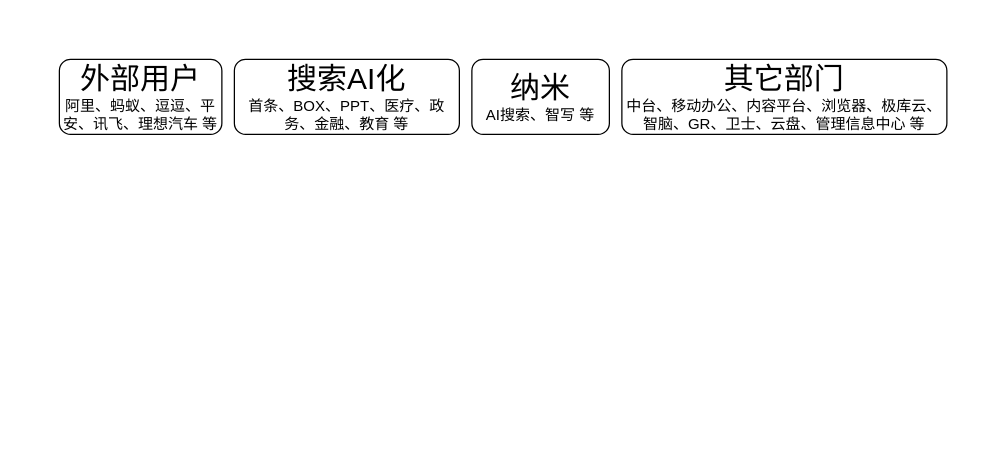
The draw.io diagram 智搜业务架构.drawio in tonylwj/36omdraw, before the edit. Source tidied: cells renumbered, new cells numbered last; positions are measured from the earlier drawing's top-left corner, leaving out a move shared by most shapes. Both pictures are drawn from the tidied source at 125%, with x=0, y=0 at pixel (59, 59).
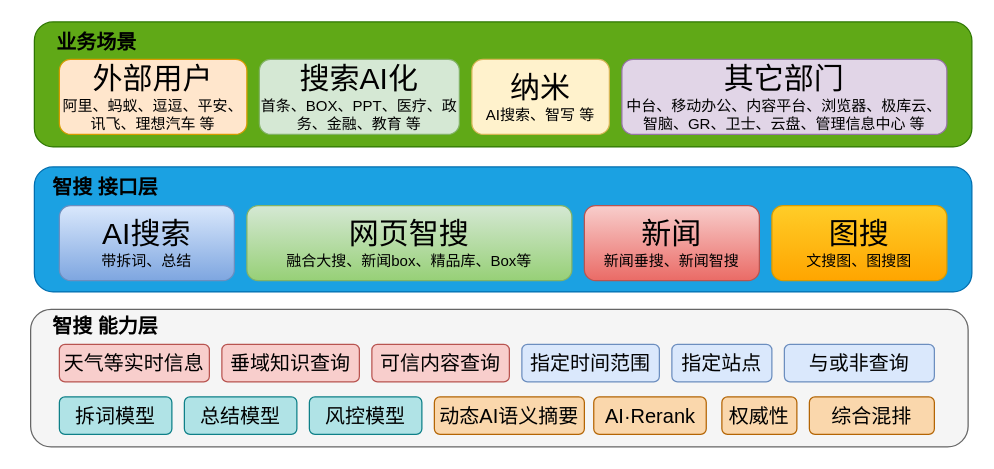
Above is the later version.

Commit message:
更新智搜业务架构.drawio

Diff of the diagram source:
```diff
@@
+    <mxCell id="6" style="rounded=1;whiteSpace=wrap;html=1;fillColor=#60a917;strokeColor=#2D7600;fontColor=#ffffff;" parent="1" vertex="1">
+      <mxGeometry x="-20" y="-30" width="750" height="100" as="geometry" />
+    </mxCell>
-    <mxCell id="2" value="&lt;font style=&quot;font-size: 24px;&quot;&gt;外部用户&lt;/font&gt;&lt;div&gt;阿里、蚂蚁、逗逗、平安、讯飞、理想汽车 等&lt;/div&gt;" style="rounded=1;whiteSpace=wrap;html=1;" parent="1" vertex="1">
-      <mxGeometry width="130" height="60" as="geometry" />
+    <mxCell id="2" value="&lt;font style=&quot;font-size: 24px;&quot;&gt;外部用户&lt;/font&gt;&lt;div&gt;阿里、蚂蚁、逗逗、平安、讯飞、理想汽车 等&lt;/div&gt;" style="rounded=1;whiteSpace=wrap;html=1;fillColor=#ffe6cc;strokeColor=#d79b00;" parent="1" vertex="1">
+      <mxGeometry width="150" height="60" as="geometry" />
     </mxCell>
-    <mxCell id="3" value="&lt;font style=&quot;font-size: 24px;&quot;&gt;搜索AI化&lt;/font&gt;&lt;div&gt;首条、BOX、PPT、医疗、政务、金融、教育 等&lt;/div&gt;" style="rounded=1;whiteSpace=wrap;html=1;" parent="1" vertex="1">
-      <mxGeometry x="140" width="180" height="60" as="geometry" />
+    <mxCell id="3" value="&lt;font style=&quot;font-size: 24px;&quot;&gt;搜索AI化&lt;/font&gt;&lt;div&gt;首条、BOX、PPT、医疗、政务、金融、教育 等&lt;/div&gt;" style="rounded=1;whiteSpace=wrap;html=1;fillColor=#d5e8d4;strokeColor=#82b366;" parent="1" vertex="1">
+      <mxGeometry x="160" width="160" height="60" as="geometry" />
     </mxCell>
-    <mxCell id="4" value="&lt;font style=&quot;font-size: 24px;&quot;&gt;纳米&lt;/font&gt;&lt;div&gt;AI搜索、智写 等&lt;/div&gt;" style="rounded=1;whiteSpace=wrap;html=1;" parent="1" vertex="1">
+    <mxCell id="4" value="&lt;font style=&quot;font-size: 24px;&quot;&gt;纳米&lt;/font&gt;&lt;div&gt;AI搜索、智写 等&lt;/div&gt;" style="rounded=1;whiteSpace=wrap;html=1;fillColor=#fff2cc;strokeColor=#d6b656;" parent="1" vertex="1">
       <mxGeometry x="330" width="110" height="60" as="geometry" />
     </mxCell>
-    <mxCell id="5" value="&lt;font style=&quot;font-size: 24px;&quot;&gt;其它部门&lt;/font&gt;&lt;div&gt;中台、移动办公、内容平台、浏览器、极库云、智脑、GR、卫士、云盘、管理信息中心 等&lt;/div&gt;" style="rounded=1;whiteSpace=wrap;html=1;" parent="1" vertex="1">
+    <mxCell id="5" value="&lt;font style=&quot;font-size: 24px;&quot;&gt;其它部门&lt;/font&gt;&lt;div&gt;中台、移动办公、内容平台、浏览器、极库云、智脑、GR、卫士、云盘、管理信息中心 等&lt;/div&gt;" style="rounded=1;whiteSpace=wrap;html=1;fillColor=#e1d5e7;strokeColor=#9673a6;" parent="1" vertex="1">
       <mxGeometry x="450" width="260" height="60" as="geometry" />
     </mxCell>
+    <mxCell id="7" value="&lt;b&gt;&lt;font style=&quot;font-size: 16px;&quot;&gt;业务场景&lt;/font&gt;&lt;/b&gt;" style="text;html=1;whiteSpace=wrap;strokeColor=none;fillColor=none;align=center;verticalAlign=middle;rounded=0;" parent="1" vertex="1">
+      <mxGeometry x="-30" y="-29" width="120" height="30" as="geometry" />
+    </mxCell>
+    <mxCell id="8" style="rounded=1;whiteSpace=wrap;html=1;fillColor=#1ba1e2;strokeColor=#006EAF;fontColor=#ffffff;" parent="1" vertex="1">
+      <mxGeometry x="-20" y="86" width="750" height="100" as="geometry" />
+    </mxCell>
+    <mxCell id="9" value="&lt;b&gt;&lt;font style=&quot;font-size: 16px;&quot;&gt;智搜 接口层&lt;/font&gt;&lt;/b&gt;" style="text;html=1;whiteSpace=wrap;strokeColor=none;fillColor=none;align=center;verticalAlign=middle;rounded=0;" parent="1" vertex="1">
+      <mxGeometry x="-23" y="87" width="120" height="30" as="geometry" />
+    </mxCell>
+    <mxCell id="10" value="&lt;font style=&quot;font-size: 24px;&quot;&gt;网页智搜&lt;/font&gt;&lt;div&gt;融合大搜、新闻box、精品库、Box等&lt;/div&gt;" style="rounded=1;whiteSpace=wrap;html=1;fillColor=#d5e8d4;strokeColor=#82b366;gradientColor=#97d077;" parent="1" vertex="1">
+      <mxGeometry x="150" y="117" width="260" height="60" as="geometry" />
+    </mxCell>
+    <mxCell id="11" value="&lt;font style=&quot;font-size: 24px;&quot;&gt;新闻&lt;/font&gt;&lt;div&gt;新闻垂搜、新闻智搜&lt;/div&gt;" style="rounded=1;whiteSpace=wrap;html=1;fillColor=#f8cecc;strokeColor=#b85450;gradientColor=#ea6b66;" parent="1" vertex="1">
+      <mxGeometry x="420" y="117" width="140" height="60" as="geometry" />
+    </mxCell>
+    <mxCell id="12" value="&lt;font style=&quot;font-size: 24px;&quot;&gt;图搜&lt;/font&gt;&lt;div&gt;&lt;font&gt;文搜图、图搜图&lt;/font&gt;&lt;/div&gt;" style="rounded=1;whiteSpace=wrap;html=1;fillColor=#ffcd28;strokeColor=#d79b00;gradientColor=#ffa500;" parent="1" vertex="1">
+      <mxGeometry x="570" y="117" width="140" height="60" as="geometry" />
+    </mxCell>
+    <mxCell id="13" value="&lt;font style=&quot;font-size: 24px;&quot;&gt;AI搜索&lt;/font&gt;&lt;div&gt;带拆词、总结&lt;/div&gt;" style="rounded=1;whiteSpace=wrap;html=1;fillColor=#dae8fc;strokeColor=#6c8ebf;gradientColor=#7ea6e0;" parent="1" vertex="1">
+      <mxGeometry y="117" width="140" height="60" as="geometry" />
+    </mxCell>
+    <mxCell id="14" style="rounded=1;whiteSpace=wrap;html=1;fillColor=#f5f5f5;strokeColor=#666666;fontColor=#333333;" parent="1" vertex="1">
+      <mxGeometry x="-23" y="200" width="750" height="110" as="geometry" />
+    </mxCell>
+    <mxCell id="15" value="&lt;b&gt;&lt;font style=&quot;font-size: 16px;&quot;&gt;智搜 能力层&lt;/font&gt;&lt;/b&gt;" style="text;html=1;whiteSpace=wrap;strokeColor=none;fillColor=none;align=center;verticalAlign=middle;rounded=0;" parent="1" vertex="1">
+      <mxGeometry x="-23" y="198" width="120" height="30" as="geometry" />
+    </mxCell>
+    <mxCell id="16" value="&lt;font style=&quot;font-size: 16px;&quot;&gt;动态AI语义摘要&lt;/font&gt;" style="rounded=1;whiteSpace=wrap;html=1;fillColor=#fad7ac;strokeColor=#b46504;" parent="1" vertex="1">
+      <mxGeometry x="300" y="270" width="120" height="30" as="geometry" />
+    </mxCell>
+    <mxCell id="17" value="&lt;font style=&quot;font-size: 16px;&quot;&gt;权威性&lt;/font&gt;" style="rounded=1;whiteSpace=wrap;html=1;fillColor=#fad7ac;strokeColor=#b46504;" parent="1" vertex="1">
+      <mxGeometry x="530" y="270" width="60" height="30" as="geometry" />
+    </mxCell>
+    <mxCell id="18" value="&lt;font style=&quot;font-size: 16px;&quot;&gt;AI·Rerank&lt;/font&gt;" style="rounded=1;whiteSpace=wrap;html=1;fillColor=#fad7ac;strokeColor=#b46504;" parent="1" vertex="1">
+      <mxGeometry x="427.5" y="270" width="90" height="30" as="geometry" />
+    </mxCell>
+    <mxCell id="19" value="&lt;font style=&quot;font-size: 16px;&quot;&gt;拆词模型&lt;/font&gt;" style="rounded=1;whiteSpace=wrap;html=1;fillColor=#b0e3e6;strokeColor=#0e8088;" parent="1" vertex="1">
+      <mxGeometry y="270" width="90" height="30" as="geometry" />
+    </mxCell>
+    <mxCell id="20" value="&lt;font style=&quot;font-size: 16px;&quot;&gt;总结模型&lt;/font&gt;" style="rounded=1;whiteSpace=wrap;html=1;fillColor=#b0e3e6;strokeColor=#0e8088;" parent="1" vertex="1">
+      <mxGeometry x="100" y="270" width="90" height="30" as="geometry" />
+    </mxCell>
+    <mxCell id="21" value="&lt;font style=&quot;font-size: 16px;&quot;&gt;风控模型&lt;/font&gt;" style="rounded=1;whiteSpace=wrap;html=1;fillColor=#b0e3e6;strokeColor=#0e8088;" parent="1" vertex="1">
+      <mxGeometry x="200" y="270" width="90" height="30" as="geometry" />
+    </mxCell>
+    <mxCell id="22" value="&lt;font style=&quot;font-size: 16px;&quot;&gt;垂域知识查询&lt;/font&gt;" style="rounded=1;whiteSpace=wrap;html=1;fillColor=#f8cecc;strokeColor=#b85450;" parent="1" vertex="1">
+      <mxGeometry x="130" y="228" width="110" height="30" as="geometry" />
+    </mxCell>
+    <mxCell id="23" value="&lt;span style=&quot;font-size: 16px;&quot;&gt;综合混排&lt;/span&gt;" style="rounded=1;whiteSpace=wrap;html=1;fillColor=#fad7ac;strokeColor=#b46504;" parent="1" vertex="1">
+      <mxGeometry x="600" y="270" width="100" height="30" as="geometry" />
+    </mxCell>
+    <mxCell id="24" value="&lt;font style=&quot;font-size: 16px;&quot;&gt;天气等实时信息&lt;/font&gt;" style="rounded=1;whiteSpace=wrap;html=1;fillColor=#f8cecc;strokeColor=#b85450;" parent="1" vertex="1">
+      <mxGeometry y="228" width="120" height="30" as="geometry" />
+    </mxCell>
+    <mxCell id="25" value="&lt;font style=&quot;font-size: 16px;&quot;&gt;可信内容查询&lt;/font&gt;" style="rounded=1;whiteSpace=wrap;html=1;fillColor=#f8cecc;strokeColor=#b85450;" parent="1" vertex="1">
+      <mxGeometry x="250" y="228" width="110" height="30" as="geometry" />
+    </mxCell>
+    <mxCell id="26" value="&lt;font style=&quot;font-size: 16px;&quot;&gt;指定时间范围&lt;/font&gt;" style="rounded=1;whiteSpace=wrap;html=1;fillColor=#dae8fc;strokeColor=#6c8ebf;" parent="1" vertex="1">
+      <mxGeometry x="370" y="228" width="110" height="30" as="geometry" />
+    </mxCell>
+    <mxCell id="27" value="&lt;font style=&quot;font-size: 16px;&quot;&gt;指定站点&lt;/font&gt;" style="rounded=1;whiteSpace=wrap;html=1;fillColor=#dae8fc;strokeColor=#6c8ebf;" parent="1" vertex="1">
+      <mxGeometry x="490" y="228" width="80" height="30" as="geometry" />
+    </mxCell>
+    <mxCell id="28" value="&lt;font style=&quot;font-size: 16px;&quot;&gt;与或非查询&lt;/font&gt;" style="rounded=1;whiteSpace=wrap;html=1;fillColor=#dae8fc;strokeColor=#6c8ebf;" parent="1" vertex="1">
+      <mxGeometry x="580" y="228" width="120" height="30" as="geometry" />
+    </mxCell>
```
